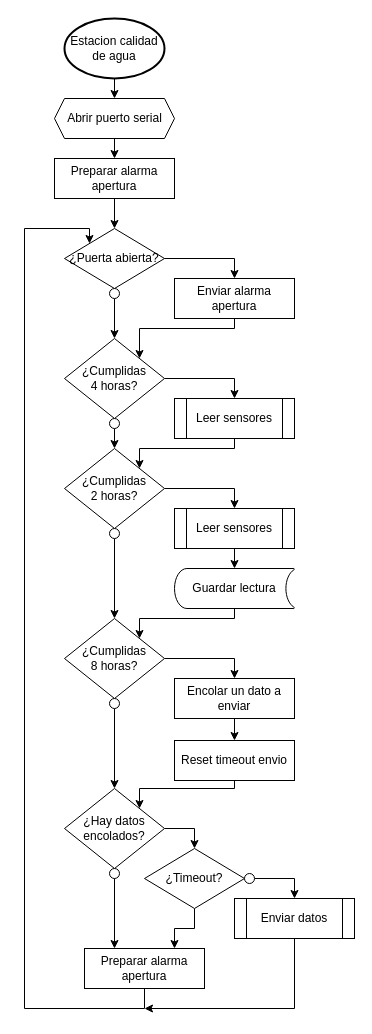
This is page "Diagrama de flujo" (1 of 4) of docs/Diagramas/Estacion rio jachal.drawio from AgustinAllegui/Estacion-calidad-agua, a draw.io file, before an edit. Source tidied: cells renumbered, new cells numbered last; positions are measured from the earlier drawing's top-left corner, leaving out a move shared by most shapes. Both pictures are drawn from the tidied source at 100%, with x=0, y=0 at pixel (24, 18).
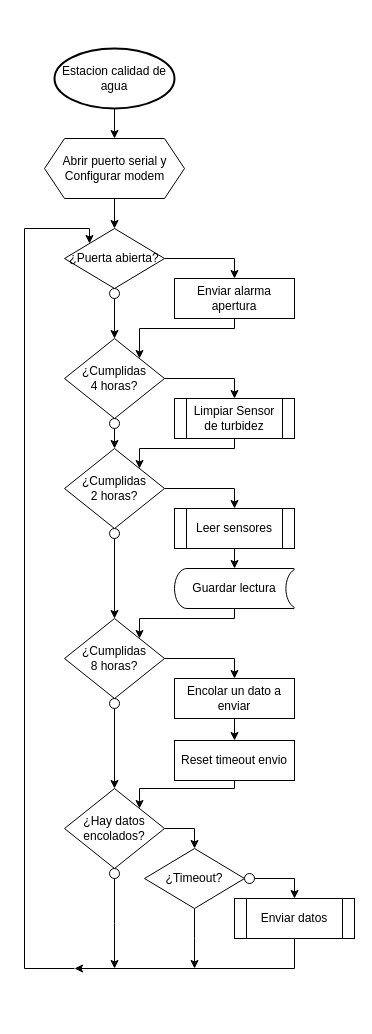
After the change.

Unchanged cells that the change refers to:
```xml
<mxCell id="25" style="ellipse;whiteSpace=wrap;html=1;verticalAlign=middle;" parent="1" vertex="1">
  <mxGeometry x="85" y="850" width="10" height="10" as="geometry" />
</mxCell>
<mxCell id="29" value="¿Timeout?" style="rhombus;whiteSpace=wrap;html=1;verticalAlign=middle;" parent="1" vertex="1">
  <mxGeometry x="120" y="830" width="100" height="60" as="geometry" />
</mxCell>
<mxCell id="33" value="Enviar datos" style="shape=process;whiteSpace=wrap;html=1;backgroundOutline=1;strokeWidth=1;verticalAlign=middle;" parent="1" vertex="1">
  <mxGeometry x="210" y="880" width="120" height="40" as="geometry" />
</mxCell>
<mxCell id="37" value="¿Puerta abierta?" style="rhombus;whiteSpace=wrap;html=1;verticalAlign=middle;" parent="1" vertex="1">
  <mxGeometry x="40" y="210" width="100" height="60" as="geometry" />
</mxCell>
```

The edit, as a diff of the source:
```diff
@@
     <mxCell id="3" value="Estacion calidad de agua" style="strokeWidth=2;html=1;shape=mxgraph.flowchart.start_2;whiteSpace=wrap;" parent="1" vertex="1">
-      <mxGeometry x="40" width="100" height="60" as="geometry" />
+      <mxGeometry x="30" y="30" width="120" height="60" as="geometry" />
     </mxCell>
-    <mxCell id="4" style="edgeStyle=orthogonalEdgeStyle;rounded=0;jettySize=auto;html=1;exitX=0.5;exitY=1;exitDx=0;exitDy=0;entryX=0.5;entryY=0;entryDx=0;entryDy=0;" parent="1" edge="1" source="5" target="7">
-      <mxGeometry relative="1" as="geometry" />
-    </mxCell>
+    <mxCell id="48" style="edgeStyle=orthogonalEdgeStyle;rounded=0;jettySize=auto;html=1;exitX=0.5;exitY=1;exitDx=0;exitDy=0;entryX=0.5;entryY=0;entryDx=0;entryDy=0;" parent="1" edge="1" source="5" target="37">
+      <mxGeometry relative="1" as="geometry" />
+    </mxCell>
-    <mxCell id="5" value="Abrir puerto serial" style="verticalLabelPosition=middle;verticalAlign=middle;html=1;shape=hexagon;perimeter=hexagonPerimeter2;arcSize=6;size=0.08333333333333333;labelPosition=center;align=center;" parent="1" vertex="1">
-      <mxGeometry x="30" y="80" width="120" height="40" as="geometry" />
+    <mxCell id="5" value="Abrir puerto serial y &lt;br&gt;Configurar modem" style="verticalLabelPosition=middle;verticalAlign=middle;html=1;shape=hexagon;perimeter=hexagonPerimeter2;arcSize=6;size=0.14285714285714285;labelPosition=center;align=center;" parent="1" vertex="1">
+      <mxGeometry x="20" y="120" width="140" height="60" as="geometry" />
     </mxCell>
-    <mxCell id="6" style="edgeStyle=orthogonalEdgeStyle;rounded=0;jettySize=auto;html=1;exitX=0.5;exitY=1;exitDx=0;exitDy=0;entryX=0.5;entryY=0;entryDx=0;entryDy=0;fontSize=10;" parent="1" edge="1" source="7" target="37">
-      <mxGeometry relative="1" as="geometry" />
-    </mxCell>
-    <mxCell id="7" value="Preparar alarma apertura" style="rounded=0;whiteSpace=wrap;html=1;verticalAlign=middle;" parent="1" vertex="1">
-      <mxGeometry x="30" y="140" width="120" height="40" as="geometry" />
-    </mxCell>
@@
-    <mxCell id="24" style="edgeStyle=orthogonalEdgeStyle;rounded=0;jettySize=auto;html=1;exitX=0.5;exitY=1;exitDx=0;exitDy=0;entryX=0.25;entryY=0;entryDx=0;entryDy=0;" parent="1" edge="1" source="25" target="35">
-      <mxGeometry relative="1" as="geometry" />
+    <mxCell id="24" style="edgeStyle=orthogonalEdgeStyle;rounded=0;jettySize=auto;html=1;exitX=0.5;exitY=1;exitDx=0;exitDy=0;" parent="1" edge="1" source="25">
+      <mxGeometry relative="1" as="geometry">
+        <mxPoint x="90" y="950" as="targetPoint" />
+      </mxGeometry>
     </mxCell>
@@
-    <mxCell id="28" style="edgeStyle=orthogonalEdgeStyle;rounded=0;jettySize=auto;html=1;exitX=0.5;exitY=1;exitDx=0;exitDy=0;entryX=0.75;entryY=0;entryDx=0;entryDy=0;" parent="1" edge="1" source="29" target="35">
-      <mxGeometry relative="1" as="geometry" />
+    <mxCell id="28" style="edgeStyle=orthogonalEdgeStyle;rounded=0;jettySize=auto;html=1;exitX=0.5;exitY=1;exitDx=0;exitDy=0;" parent="1" edge="1" source="29">
+      <mxGeometry relative="1" as="geometry">
+        <mxPoint x="170" y="950" as="targetPoint" />
+      </mxGeometry>
     </mxCell>
@@
     <mxCell id="32" style="edgeStyle=orthogonalEdgeStyle;rounded=0;jettySize=auto;html=1;exitX=0.5;exitY=1;exitDx=0;exitDy=0;" parent="1" edge="1" source="33">
       <mxGeometry relative="1" as="geometry">
-        <mxPoint x="120" y="990" as="targetPoint" />
+        <mxPoint x="50" y="950" as="targetPoint" />
         <Array as="points">
-          <mxPoint x="270" y="990" />
+          <mxPoint x="270" y="950" />
+          <mxPoint x="50" y="950" />
         </Array>
       </mxGeometry>
     </mxCell>
@@
-    <mxCell id="34" style="edgeStyle=orthogonalEdgeStyle;rounded=0;jettySize=auto;html=1;exitX=0.5;exitY=1;exitDx=0;exitDy=0;entryX=0;entryY=0;entryDx=0;entryDy=0;" parent="1" edge="1" source="35" target="37">
+    <mxCell id="34" style="edgeStyle=orthogonalEdgeStyle;rounded=0;jettySize=auto;html=1;entryX=0;entryY=0;entryDx=0;entryDy=0;" parent="1" edge="1" target="37">
       <mxGeometry relative="1" as="geometry">
+        <mxPoint x="50" y="950" as="sourcePoint" />
         <Array as="points">
-          <mxPoint x="120" y="990" />
-          <mxPoint y="990" />
+          <mxPoint x="50" y="950" />
+          <mxPoint y="950" />
           <mxPoint y="210" />
           <mxPoint x="65" y="210" />
         </Array>
       </mxGeometry>
     </mxCell>
-    <mxCell id="35" value="Preparar alarma apertura" style="rounded=0;whiteSpace=wrap;html=1;verticalAlign=middle;" parent="1" vertex="1">
-      <mxGeometry x="60" y="930" width="120" height="40" as="geometry" />
-    </mxCell>
@@
-    <mxCell id="47" value="Leer sensores" style="shape=process;whiteSpace=wrap;html=1;backgroundOutline=1;verticalAlign=middle;" parent="1" vertex="1">
+    <mxCell id="47" value="Limpiar Sensor de turbidez" style="shape=process;whiteSpace=wrap;html=1;backgroundOutline=1;verticalAlign=middle;" parent="1" vertex="1">
       <mxGeometry x="150" y="380" width="120" height="40" as="geometry" />
     </mxCell>
```
